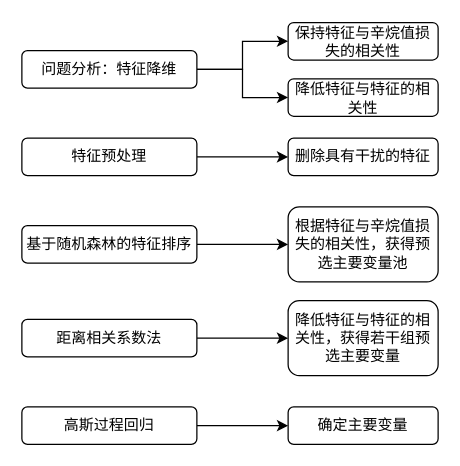
The draw.io diagram 数模2.drawio in wennieWN/UML, before the edit. Source tidied: cells renumbered, new cells numbered last; positions are measured from the earlier drawing's top-left corner, leaving out a move shared by most shapes. Both pictures are drawn from the tidied source at 125%, with x=0, y=0 at pixel (21, 22).
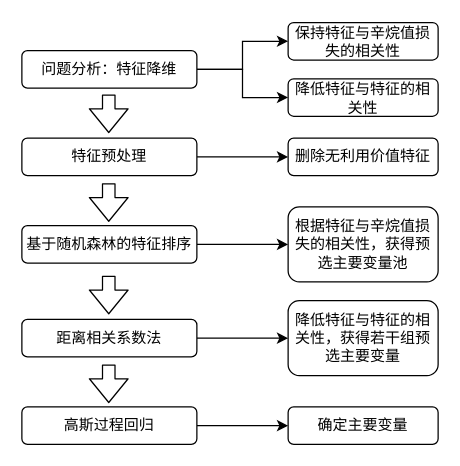
After the change.

Diff of the diagram source:
```diff
@@
-    <mxCell id="12" value="删除具有干扰的特征" style="rounded=1;whiteSpace=wrap;html=1;fontFamily=Times New Roman;" parent="1" vertex="1">
+    <mxCell id="12" value="删除无利用价值特征" style="rounded=1;whiteSpace=wrap;html=1;fontFamily=Times New Roman;" parent="1" vertex="1">
       <mxGeometry x="213" y="92" width="120" height="30" as="geometry" />
     </mxCell>
@@
+    <mxCell id="19" style="shape=flexArrow;endArrow=classic;html=1;" parent="1" edge="1">
+      <mxGeometry relative="1" as="geometry">
+        <mxPoint x="69.5" y="57" as="sourcePoint" />
+        <mxPoint x="69.5" y="88" as="targetPoint" />
+      </mxGeometry>
+    </mxCell>
+    <mxCell id="20" style="shape=flexArrow;endArrow=classic;html=1;" parent="1" edge="1">
+      <mxGeometry relative="1" as="geometry">
+        <mxPoint x="69.5" y="128" as="sourcePoint" />
+        <mxPoint x="69.5" y="159" as="targetPoint" />
+      </mxGeometry>
+    </mxCell>
+    <mxCell id="21" style="shape=flexArrow;endArrow=classic;html=1;" parent="1" edge="1">
+      <mxGeometry relative="1" as="geometry">
+        <mxPoint x="69.5" y="202" as="sourcePoint" />
+        <mxPoint x="69.5" y="233" as="targetPoint" />
+      </mxGeometry>
+    </mxCell>
+    <mxCell id="22" style="shape=flexArrow;endArrow=classic;html=1;" parent="1" edge="1">
+      <mxGeometry relative="1" as="geometry">
+        <mxPoint x="69.5" y="273" as="sourcePoint" />
+        <mxPoint x="69.5" y="304" as="targetPoint" />
+      </mxGeometry>
+    </mxCell>
```
